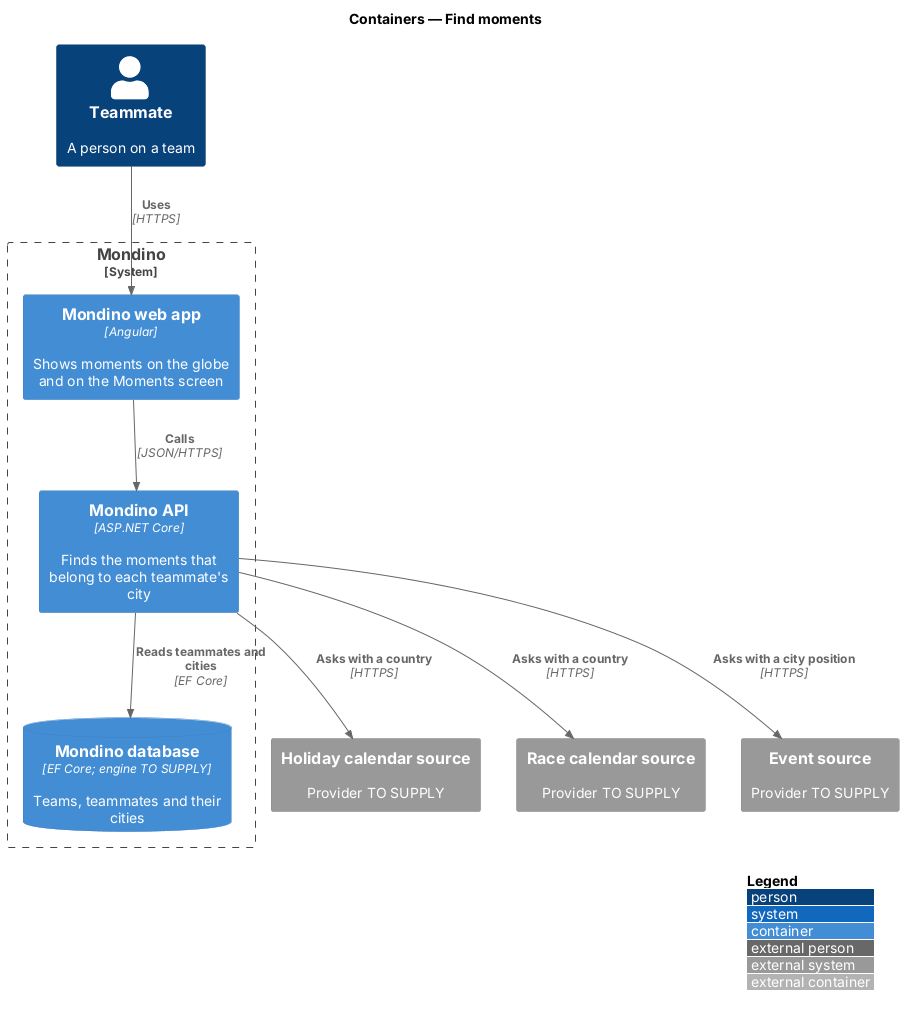
This is docs/detailed-designs/moments/find-moments/diagrams/c4-container.png from QuinntyneBrown/Mondino, a PlantUML export, as it was before one commit. Source of this version:
```plantuml
@startuml
!include <C4/C4_Container>
LAYOUT_WITH_LEGEND()
title Containers — Find moments

Person(teammate, "Teammate", "A person on a team")
System_Boundary(mondino, "Mondino") {
  Container(web, "Mondino web app", "Angular", "Shows moments on the globe and on the Moments screen")
  Container(api, "Mondino API", "ASP.NET Core", "Finds the moments that belong to each teammate's city")
  ContainerDb(db, "Mondino database", "EF Core; engine TO SUPPLY", "Teams, teammates and their cities")
}
System_Ext(holidays, "Holiday calendar source", "Provider TO SUPPLY")
System_Ext(races, "Race calendar source", "Provider TO SUPPLY")
System_Ext(events, "Event source", "Provider TO SUPPLY")

Rel(teammate, web, "Uses", "HTTPS")
Rel(web, api, "Calls", "JSON/HTTPS")
Rel(api, db, "Reads teammates and cities", "EF Core")
Rel(api, holidays, "Asks with a country", "HTTPS")
Rel(api, races, "Asks with a country", "HTTPS")
Rel(api, events, "Asks with a city position", "HTTPS")
@enduml
```
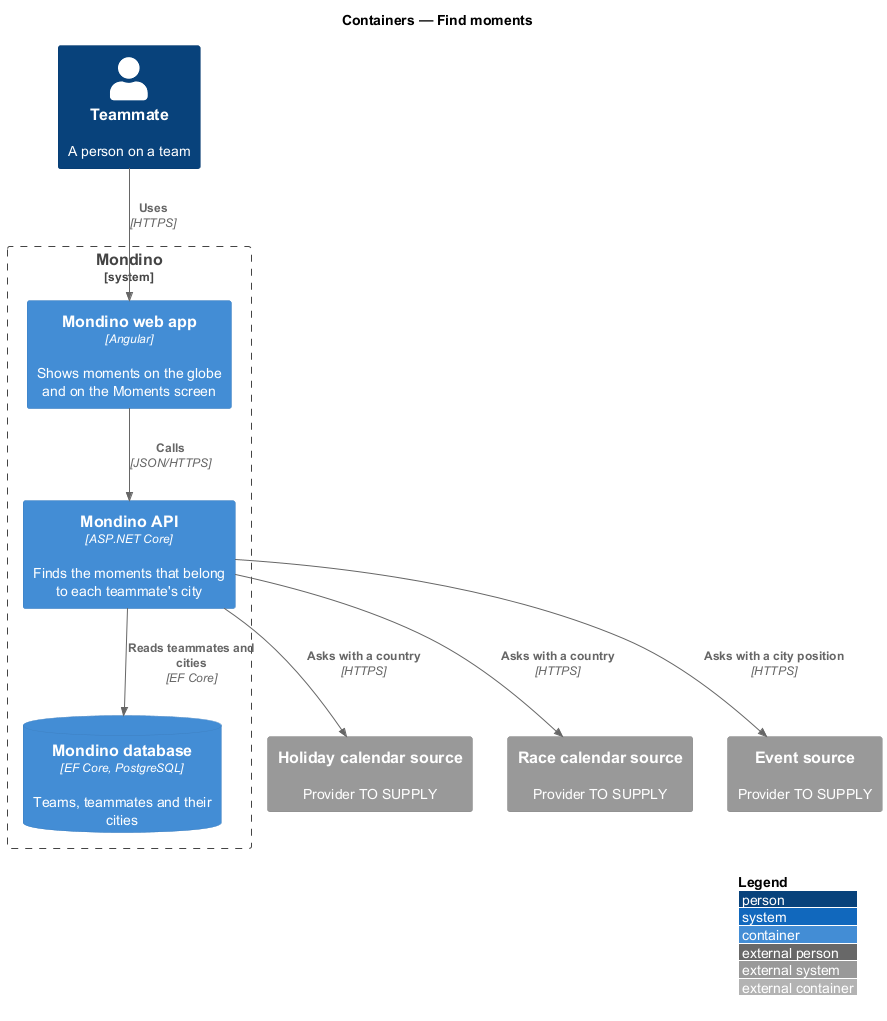
Above is the later version.

Change to the diagram source:
```diff
@@ -7,7 +7,7 @@
 System_Boundary(mondino, "Mondino") {
   Container(web, "Mondino web app", "Angular", "Shows moments on the globe and on the Moments screen")
   Container(api, "Mondino API", "ASP.NET Core", "Finds the moments that belong to each teammate's city")
-  ContainerDb(db, "Mondino database", "EF Core; engine TO SUPPLY", "Teams, teammates and their cities")
+  ContainerDb(db, "Mondino database", "EF Core, PostgreSQL", "Teams, teammates and their cities")
 }
 System_Ext(holidays, "Holiday calendar source", "Provider TO SUPPLY")
 System_Ext(races, "Race calendar source", "Provider TO SUPPLY")
```
